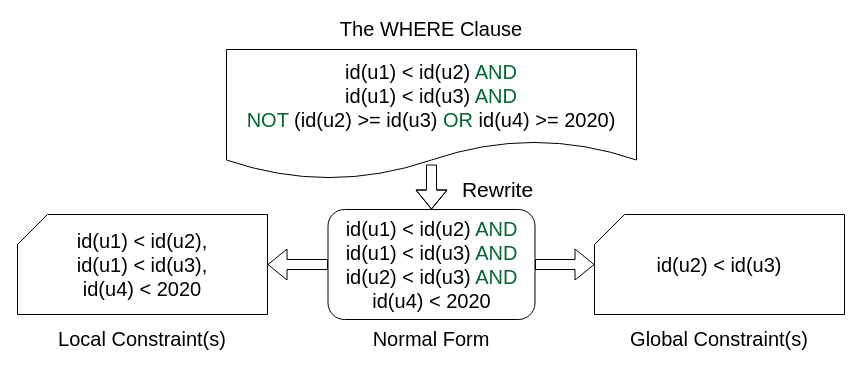
Earlier version of the draw.io diagram img/constraints.drawio (E-Neo/opgm-paper). Source tidied: cells renumbered, new cells numbered last; positions are measured from the earlier drawing's top-left corner, leaving out a move shared by most shapes. Both pictures are drawn from the tidied source at 100%, with x=0, y=0 at pixel (17, 19).
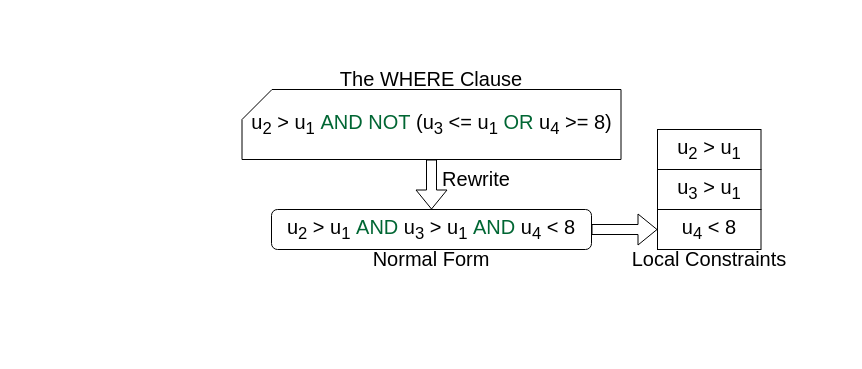
The same page after the edit.

The edit, as a diff of the source:
```diff
@@
 <mxGraphModel>
   <root>
     <mxCell id="0" />
     <mxCell id="1" parent="0" />
-    <mxCell id="2" style="edgeStyle=orthogonalEdgeStyle;rounded=0;jettySize=auto;html=1;shape=flexArrow;" parent="1" edge="1" source="4" target="7">
-      <mxGeometry relative="1" as="geometry" />
-    </mxCell>
-    <mxCell id="3" style="edgeStyle=orthogonalEdgeStyle;rounded=0;jettySize=auto;html=1;shape=flexArrow;" parent="1" edge="1" source="4" target="8">
-      <mxGeometry relative="1" as="geometry" />
-    </mxCell>
+    <mxCell id="13" style="edgeStyle=orthogonalEdgeStyle;rounded=0;jettySize=auto;html=1;exitX=1;exitY=0.5;exitDx=0;exitDy=0;entryX=0;entryY=0.5;entryDx=0;entryDy=0;shape=flexArrow;" parent="1" edge="1" source="4" target="17">
+      <mxGeometry relative="1" as="geometry" />
+    </mxCell>
-    <mxCell id="4" value="&lt;font style=&quot;font-size: 20px&quot;&gt;id(u1) &amp;lt; id(u2) &lt;font color=&quot;#006633&quot;&gt;AND&lt;/font&gt;&lt;br&gt;id(u1) &amp;lt; id(u3) &lt;font color=&quot;#006633&quot;&gt;AND&lt;/font&gt;&lt;br&gt;id(u2) &amp;lt; id(u3) &lt;font color=&quot;#006633&quot;&gt;AND&lt;/font&gt;&lt;br&gt;id(u4) &amp;lt; 2020&lt;br&gt;&lt;/font&gt;" style="rounded=1;whiteSpace=wrap;html=1;" parent="1" vertex="1">
-      <mxGeometry x="310.5" y="190" width="207" height="110" as="geometry" />
+    <mxCell id="4" value="&lt;font style=&quot;font-size: 20px&quot;&gt;u&lt;sub&gt;2&lt;/sub&gt;&amp;nbsp;&amp;gt; u&lt;sub&gt;1&lt;/sub&gt;&amp;nbsp;&lt;font color=&quot;#006633&quot;&gt;AND &lt;/font&gt;u&lt;sub&gt;3&lt;/sub&gt;&amp;nbsp;&amp;gt; u&lt;sub&gt;1&lt;/sub&gt;&amp;nbsp;&lt;font color=&quot;#006633&quot;&gt;AND&lt;/font&gt; u&lt;sub&gt;4&lt;/sub&gt;&amp;nbsp;&amp;lt; 8&lt;br&gt;&lt;/font&gt;" style="rounded=1;whiteSpace=wrap;html=1;" parent="1" vertex="1">
+      <mxGeometry x="254" y="190" width="320" height="40" as="geometry" />
     </mxCell>
-    <mxCell id="5" value="&lt;font style=&quot;font-size: 21px&quot;&gt;Rewrite&lt;/font&gt;" style="edgeStyle=orthogonalEdgeStyle;rounded=0;jettySize=auto;html=1;shape=flexArrow;endSize=6;startSize=6;sourcePerimeterSpacing=-15;" parent="1" edge="1" source="6" target="4">
-      <mxGeometry x="0.38" y="66" relative="1" as="geometry" />
-    </mxCell>
-    <mxCell id="6" value="&lt;span style=&quot;font-size: 20px&quot;&gt;id(u1) &amp;lt; id(u2) &lt;font color=&quot;#006633&quot;&gt;AND&lt;/font&gt;&lt;/span&gt;&lt;br style=&quot;font-size: 20px&quot;&gt;&lt;span style=&quot;font-size: 20px&quot;&gt;id(u1) &amp;lt; id(u3) &lt;font color=&quot;#006633&quot;&gt;AND&lt;/font&gt;&lt;/span&gt;&lt;br style=&quot;font-size: 20px&quot;&gt;&lt;span style=&quot;font-size: 20px&quot;&gt;&lt;font color=&quot;#006633&quot;&gt;NOT&lt;/font&gt; (id(u2) &amp;gt;= id(u3) &lt;font color=&quot;#006633&quot;&gt;OR&lt;/font&gt; id(u4) &amp;gt;= 2020)&lt;/span&gt;" style="shape=document;whiteSpace=wrap;html=1;boundedLbl=1;" parent="1" vertex="1">
-      <mxGeometry x="209" y="30" width="410" height="130" as="geometry" />
-    </mxCell>
-    <mxCell id="7" value="&lt;span style=&quot;font-size: 20px&quot;&gt;id(u1) &amp;lt; id(u2),&lt;/span&gt;&lt;br style=&quot;font-size: 20px&quot;&gt;&lt;span style=&quot;font-size: 20px&quot;&gt;id(u1) &amp;lt; id(u3),&lt;/span&gt;&lt;br style=&quot;font-size: 20px&quot;&gt;&lt;span style=&quot;font-size: 20px&quot;&gt;id(u4) &amp;lt; 2020&lt;/span&gt;" style="shape=card;whiteSpace=wrap;html=1;" parent="1" vertex="1">
-      <mxGeometry y="195" width="250" height="100" as="geometry" />
-    </mxCell>
-    <mxCell id="8" value="&lt;span style=&quot;font-size: 20px&quot;&gt;id(u2) &amp;lt; id(u3)&lt;/span&gt;" style="shape=card;whiteSpace=wrap;html=1;" parent="1" vertex="1">
-      <mxGeometry x="577" y="195" width="250" height="100" as="geometry" />
-    </mxCell>
-    <mxCell id="9" value="&lt;font style=&quot;font-size: 20px&quot;&gt;Local Constraint(s)&lt;/font&gt;" style="text;html=1;strokeColor=none;fillColor=none;align=center;verticalAlign=middle;whiteSpace=wrap;rounded=0;fontSize=18;" parent="1" vertex="1">
-      <mxGeometry x="35" y="310" width="180" height="20" as="geometry" />
-    </mxCell>
-    <mxCell id="10" value="&lt;font style=&quot;font-size: 20px&quot;&gt;Global Constraint(s)&lt;/font&gt;" style="text;html=1;strokeColor=none;fillColor=none;align=center;verticalAlign=middle;whiteSpace=wrap;rounded=0;fontSize=18;" parent="1" vertex="1">
-      <mxGeometry x="611" y="310" width="182" height="20" as="geometry" />
-    </mxCell>
     <mxCell id="11" value="&lt;font style=&quot;font-size: 20px&quot;&gt;The WHERE Clause&lt;/font&gt;" style="text;html=1;strokeColor=none;fillColor=none;align=center;verticalAlign=middle;whiteSpace=wrap;rounded=0;fontSize=18;" parent="1" vertex="1">
-      <mxGeometry x="314" width="200" height="20" as="geometry" />
+      <mxGeometry x="314" y="50" width="200" height="20" as="geometry" />
     </mxCell>
     <mxCell id="12" value="&lt;font style=&quot;font-size: 20px&quot;&gt;Normal Form&lt;/font&gt;" style="text;html=1;strokeColor=none;fillColor=none;align=center;verticalAlign=middle;whiteSpace=wrap;rounded=0;fontSize=18;" parent="1" vertex="1">
-      <mxGeometry x="313.5" y="310" width="200" height="20" as="geometry" />
+      <mxGeometry x="314" y="230" width="200" height="20" as="geometry" />
     </mxCell>
+    <mxCell id="14" style="shape=flexArrow;endArrow=classic;html=1;" parent="1" edge="1">
+      <mxGeometry relative="1" as="geometry">
+        <mxPoint x="414" y="140" as="sourcePoint" />
+        <mxPoint x="414" y="190" as="targetPoint" />
+      </mxGeometry>
+    </mxCell>
+    <mxCell id="15" value="&lt;span style=&quot;font-size: 20px&quot;&gt;u&lt;sub&gt;2&lt;/sub&gt;&lt;/span&gt;&lt;span style=&quot;font-size: 20px&quot;&gt;&amp;nbsp;&amp;gt; u&lt;sub&gt;1&lt;/sub&gt;&amp;nbsp;&lt;/span&gt;&lt;font color=&quot;#006633&quot; style=&quot;font-size: 20px&quot;&gt;AND NOT&lt;/font&gt;&lt;span style=&quot;font-size: 20px&quot;&gt;&amp;nbsp;(u&lt;sub&gt;3&lt;/sub&gt;&lt;/span&gt;&lt;span style=&quot;font-size: 20px&quot;&gt;&amp;nbsp;&amp;lt;= u&lt;sub&gt;1&lt;/sub&gt;&lt;/span&gt;&lt;span style=&quot;font-size: 20px&quot;&gt;&amp;nbsp;&lt;/span&gt;&lt;font color=&quot;#006633&quot; style=&quot;font-size: 20px&quot;&gt;OR&lt;/font&gt;&lt;span style=&quot;font-size: 20px&quot;&gt;&amp;nbsp;u&lt;sub&gt;4&lt;/sub&gt;&lt;/span&gt;&lt;span style=&quot;font-size: 20px&quot;&gt;&amp;nbsp;&amp;gt;= 8)&lt;/span&gt;" style="shape=card;whiteSpace=wrap;html=1;" parent="1" vertex="1">
+      <mxGeometry x="224.5" y="70" width="379" height="70" as="geometry" />
+    </mxCell>
+    <mxCell id="16" value="&lt;font style=&quot;font-size: 20px&quot;&gt;u&lt;sub&gt;2&lt;/sub&gt;&amp;nbsp;&amp;gt; u&lt;sub&gt;1&lt;/sub&gt;&lt;/font&gt;" style="rounded=0;whiteSpace=wrap;html=1;" parent="1" vertex="1">
+      <mxGeometry x="640" y="110" width="103.5" height="40" as="geometry" />
+    </mxCell>
+    <mxCell id="17" value="&lt;font style=&quot;font-size: 20px&quot;&gt;u&lt;sub&gt;4&lt;/sub&gt;&amp;nbsp;&amp;lt; 8&lt;/font&gt;" style="rounded=0;whiteSpace=wrap;html=1;" parent="1" vertex="1">
+      <mxGeometry x="640" y="190" width="103.5" height="40" as="geometry" />
+    </mxCell>
+    <mxCell id="18" value="&lt;font style=&quot;font-size: 20px&quot;&gt;u&lt;sub&gt;3&lt;/sub&gt;&amp;nbsp;&amp;gt; u&lt;sub&gt;1&lt;/sub&gt;&lt;/font&gt;" style="rounded=0;whiteSpace=wrap;html=1;" parent="1" vertex="1">
+      <mxGeometry x="640" y="150" width="103.5" height="40" as="geometry" />
+    </mxCell>
+    <mxCell id="19" value="&lt;font style=&quot;font-size: 20px&quot;&gt;Local Constraints&lt;/font&gt;" style="text;html=1;strokeColor=none;fillColor=none;align=center;verticalAlign=middle;whiteSpace=wrap;rounded=0;fontSize=18;" parent="1" vertex="1">
+      <mxGeometry x="591.8" y="230" width="200" height="20" as="geometry" />
+    </mxCell>
+    <mxCell id="5" value="&lt;font style=&quot;font-size: 20px&quot;&gt;Rewrite&lt;/font&gt;" style="text;html=1;strokeColor=none;fillColor=none;align=center;verticalAlign=middle;whiteSpace=wrap;rounded=0;fontSize=18;" parent="1" vertex="1">
+      <mxGeometry x="420" y="150" width="78.2" height="20" as="geometry" />
+    </mxCell>
   </root>
 </mxGraphModel>
```
